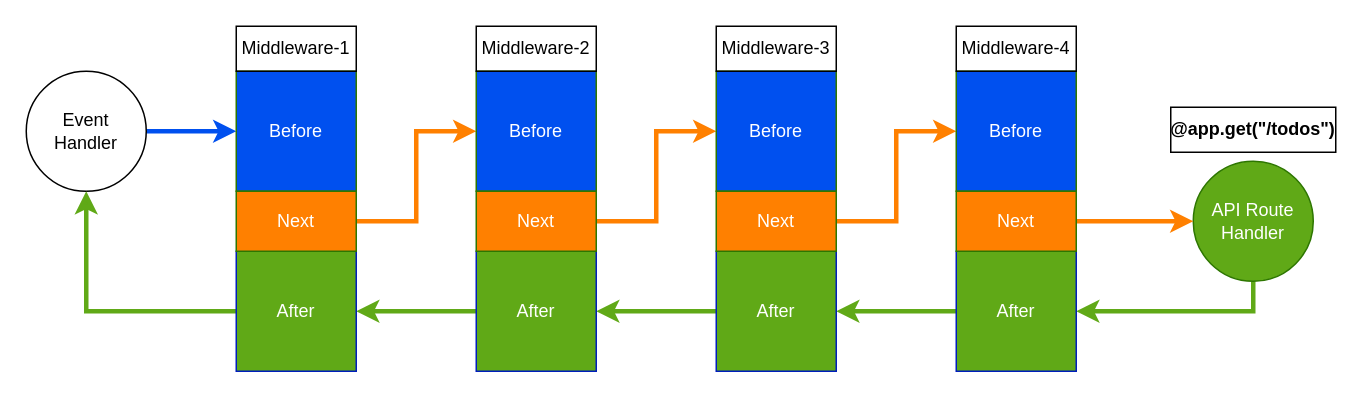
The draw.io diagram page "normal-processing-light" (3 of 14) of docs/diagram_src/api-middlewares.drawio in aws-powertools/powertools-lambda-python, before the edit. Source tidied: cells renumbered, new cells numbered last; positions are measured from the earlier drawing's top-left corner, leaving out a move shared by most shapes. Both pictures are drawn from the tidied source at 150%, with x=0, y=0 at pixel (26, 26).
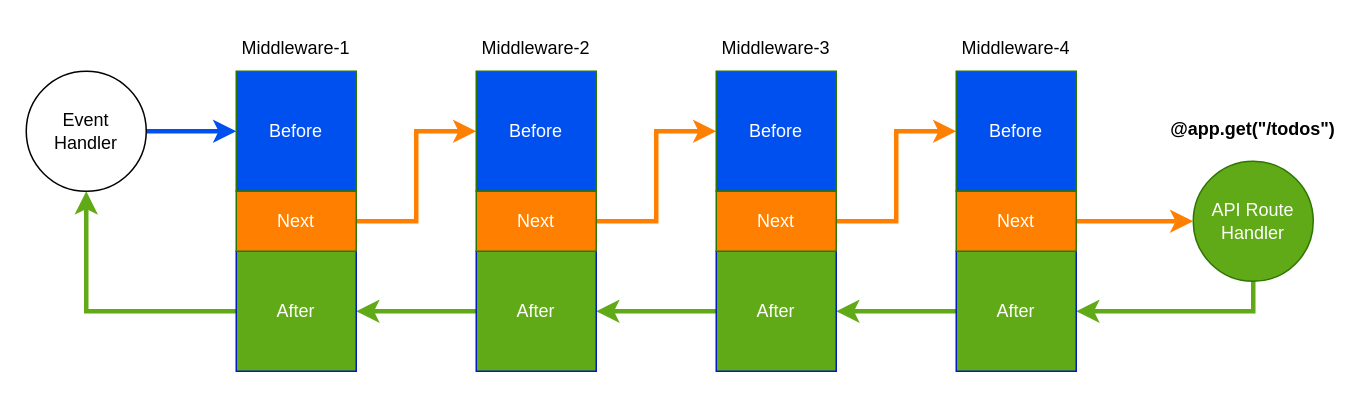
The same diagram, later.

Change to the diagram source:
```diff
@@
-    <mxCell id="14" style="group;fontStyle=1;" parent="1" vertex="1">
-      <mxGeometry x="140" y="30" width="80" height="200" as="geometry" />
-    </mxCell>
-    <mxCell id="15" value="Before" style="whiteSpace=wrap;html=1;fillColor=#0050EF;fontColor=#ffffff;strokeColor=#2D7600;" parent="14" vertex="1">
-      <mxGeometry width="80" height="80" as="geometry" />
-    </mxCell>
-    <mxCell id="16" value="After" style="whiteSpace=wrap;html=1;fillColor=#60A917;fontColor=#ffffff;strokeColor=#001DBC;" parent="14" vertex="1">
-      <mxGeometry y="120" width="80" height="80" as="geometry" />
-    </mxCell>
-    <mxCell id="17" value="Next" style="rounded=0;whiteSpace=wrap;html=1;fillColor=#FF8000;fontColor=#ffffff;strokeColor=#2D7600;" parent="14" vertex="1">
-      <mxGeometry y="80" width="80" height="40" as="geometry" />
-    </mxCell>
-    <mxCell id="18" value="Middleware-1" style="text;html=1;strokeColor=default;fillColor=none;align=center;verticalAlign=middle;whiteSpace=wrap;rounded=0;" parent="1" vertex="1">
+    <mxCell id="18" value="Middleware-1" style="text;html=1;strokeColor=none;fillColor=none;align=center;verticalAlign=middle;whiteSpace=wrap;rounded=0;" parent="1" vertex="1">
       <mxGeometry x="140" width="80" height="30" as="geometry" />
     </mxCell>
@@
-    <mxCell id="23" value="Middleware-2" style="text;html=1;strokeColor=default;fillColor=none;align=center;verticalAlign=middle;whiteSpace=wrap;rounded=0;" parent="1" vertex="1">
+    <mxCell id="23" value="Middleware-2" style="text;html=1;strokeColor=none;fillColor=none;align=center;verticalAlign=middle;whiteSpace=wrap;rounded=0;" parent="1" vertex="1">
       <mxGeometry x="300" width="80" height="30" as="geometry" />
     </mxCell>
@@
-    <mxCell id="28" value="Middleware-3" style="text;html=1;strokeColor=default;fillColor=none;align=center;verticalAlign=middle;whiteSpace=wrap;rounded=0;" parent="1" vertex="1">
+    <mxCell id="28" value="Middleware-3" style="text;html=1;strokeColor=none;fillColor=none;align=center;verticalAlign=middle;whiteSpace=wrap;rounded=0;" parent="1" vertex="1">
       <mxGeometry x="460" width="80" height="30" as="geometry" />
     </mxCell>
@@
-    <mxCell id="33" value="Middleware-4" style="text;html=1;strokeColor=default;fillColor=none;align=center;verticalAlign=middle;whiteSpace=wrap;rounded=0;" parent="1" vertex="1">
+    <mxCell id="33" value="Middleware-4" style="text;html=1;strokeColor=none;fillColor=none;align=center;verticalAlign=middle;whiteSpace=wrap;rounded=0;" parent="1" vertex="1">
       <mxGeometry x="620" width="80" height="30" as="geometry" />
     </mxCell>
-    <mxCell id="34" value="@app.get(&quot;/todos&quot;)" style="text;html=1;strokeColor=default;fillColor=none;align=center;verticalAlign=middle;whiteSpace=wrap;rounded=0;fontStyle=1;" parent="1" vertex="1">
+    <mxCell id="34" value="@app.get(&quot;/todos&quot;)" style="text;html=1;strokeColor=none;fillColor=none;align=center;verticalAlign=middle;whiteSpace=wrap;rounded=0;fontStyle=1;" parent="1" vertex="1">
       <mxGeometry x="763" y="54" width="110" height="30" as="geometry" />
     </mxCell>
+    <mxCell id="15" value="Before" style="whiteSpace=wrap;html=1;fillColor=#0050EF;fontColor=#ffffff;strokeColor=#2D7600;" parent="1" vertex="1">
+      <mxGeometry x="140" y="30" width="80" height="80" as="geometry" />
+    </mxCell>
+    <mxCell id="16" value="After" style="whiteSpace=wrap;html=1;fillColor=#60A917;fontColor=#ffffff;strokeColor=#001DBC;" parent="1" vertex="1">
+      <mxGeometry x="140" y="150" width="80" height="80" as="geometry" />
+    </mxCell>
+    <mxCell id="17" value="Next" style="rounded=0;whiteSpace=wrap;html=1;fillColor=#FF8000;fontColor=#ffffff;strokeColor=#2D7600;" parent="1" vertex="1">
+      <mxGeometry x="140" y="110" width="80" height="40" as="geometry" />
+    </mxCell>
```
